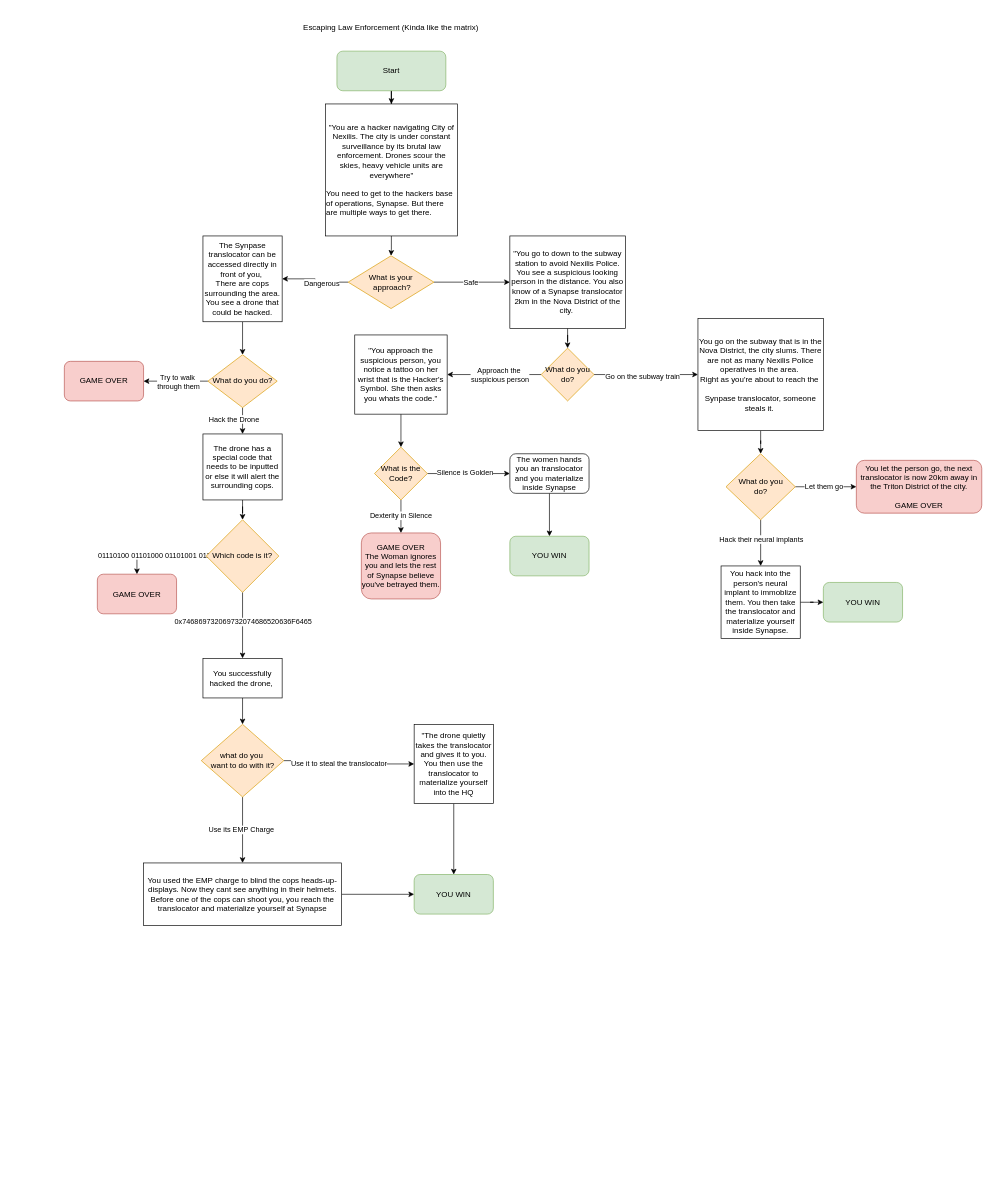
The draw.io diagram diagrams/CYOA.drawio in twitocode/Draw.io-Diagrams, before the edit. Source tidied: cells renumbered, new cells numbered last; positions are measured from the earlier drawing's top-left corner, leaving out a move shared by most shapes. Both pictures are drawn from the tidied source at 66%, with x=0, y=0 at pixel (64, 11).
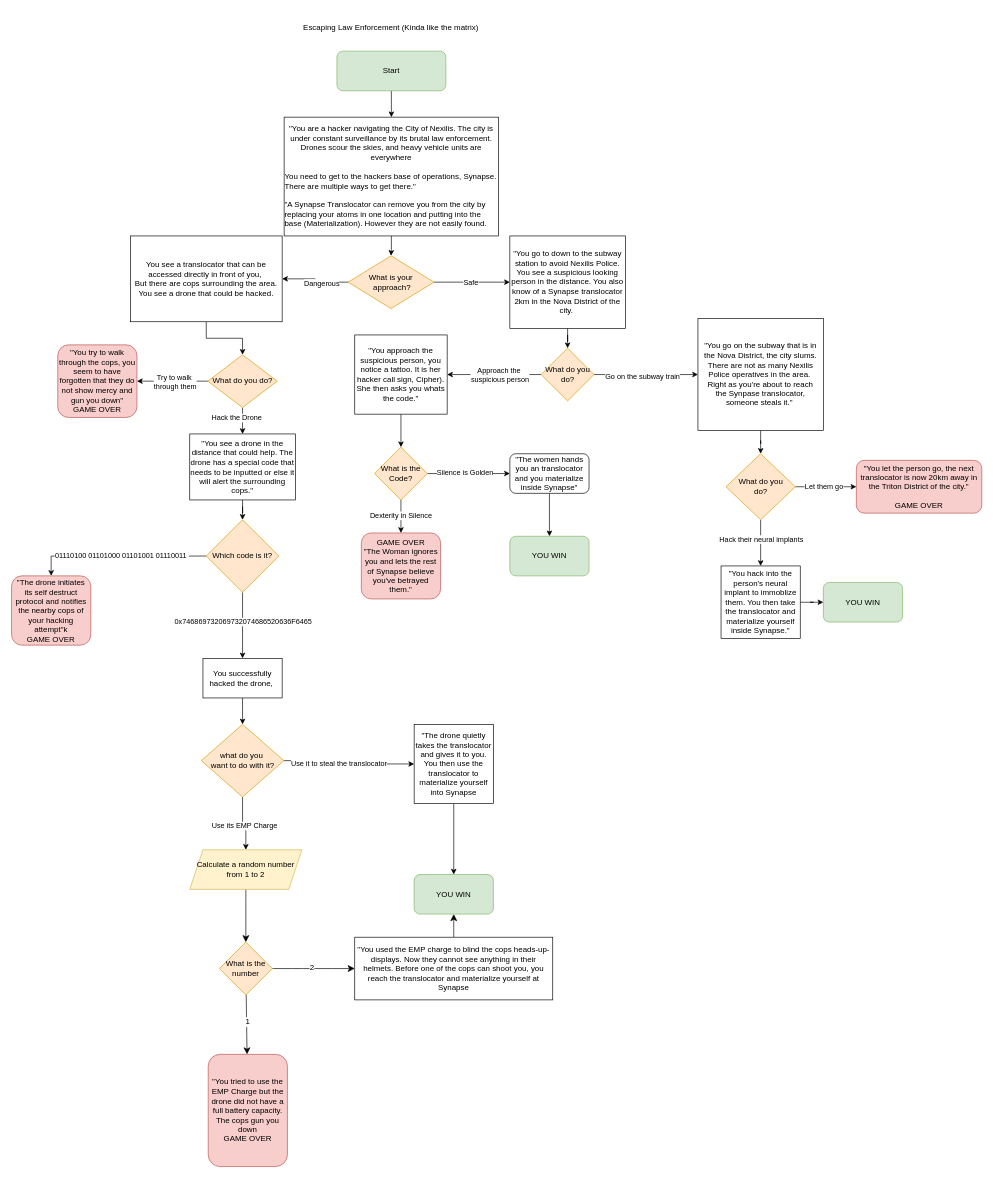
The same page after the edit.

The change refers to these unchanged cells:
```xml
<mxCell id="3" value="Start" style="rounded=1;whiteSpace=wrap;html=1;fillColor=#d5e8d4;strokeColor=#82b366;" parent="1" vertex="1">
  <mxGeometry x="413" y="60" width="165" height="60" as="geometry" />
</mxCell>
<mxCell id="11" value="What is your&lt;div&gt;&amp;nbsp;approach?&lt;/div&gt;" style="rhombus;whiteSpace=wrap;html=1;fillColor=#ffe6cc;strokeColor=#d79b00;" parent="1" vertex="1">
  <mxGeometry x="430" y="370" width="130" height="80" as="geometry" />
</mxCell>
<mxCell id="16" style="edgeStyle=orthogonalEdgeStyle;rounded=0;jettySize=auto;html=1;" parent="1" edge="1" source="20" target="22">
  <mxGeometry relative="1" as="geometry" />
</mxCell>
<mxCell id="36" value="what do you&amp;nbsp;&lt;div&gt;want to do with it?&lt;/div&gt;" style="rhombus;whiteSpace=wrap;html=1;fillColor=#ffe6cc;strokeColor=#d79b00;" parent="1" vertex="1">
  <mxGeometry x="207.5" y="1080" width="125" height="110" as="geometry" />
</mxCell>
<mxCell id="41" value="YOU WIN" style="rounded=1;whiteSpace=wrap;html=1;fillColor=#d5e8d4;strokeColor=#82b366;" parent="1" vertex="1">
  <mxGeometry x="530" y="1307.5" width="120" height="60" as="geometry" />
</mxCell>
```

The edit, as a diff of the source:
```diff
@@
-    <mxCell id="2" style="edgeStyle=orthogonalEdgeStyle;rounded=0;jettySize=auto;html=1;" parent="1" edge="1" source="3" target="6">
-      <mxGeometry relative="1" as="geometry" />
-    </mxCell>
+    <mxCell id="69" style="edgeStyle=orthogonalEdgeStyle;rounded=0;jettySize=auto;html=1;" parent="1" edge="1" source="3" target="71">
+      <mxGeometry relative="1" as="geometry" />
+    </mxCell>
@@
-    <mxCell id="5" style="edgeStyle=orthogonalEdgeStyle;rounded=0;jettySize=auto;html=1;" parent="1" edge="1" source="6" target="11">
-      <mxGeometry relative="1" as="geometry" />
-    </mxCell>
-    <mxCell id="6" value="&quot;You are a hacker navigating City of Nexilis. The city is under constant surveillance by its brutal law enforcement. Drones scour the skies, heavy vehicle units are everywhere&quot;&lt;div&gt;&lt;br&gt;&lt;/div&gt;&lt;div style=&quot;text-align: left;&quot;&gt;You need to get to the hackers base of operations, Synapse&lt;span style=&quot;background-color: initial;&quot;&gt;. But there are multiple ways to get there.&lt;/span&gt;&lt;/div&gt;" style="whiteSpace=wrap;html=1;" parent="1" vertex="1">
-      <mxGeometry x="395.5" y="140" width="200" height="200" as="geometry" />
-    </mxCell>
@@
-    <mxCell id="15" value="The Synpase translocator can be accessed directly in front of you,&amp;nbsp;&lt;div&gt;There are cops surrounding the area. You see a drone that could be hacked.&lt;/div&gt;" style="whiteSpace=wrap;html=1;" parent="1" vertex="1">
-      <mxGeometry x="210" y="340" width="120" height="130" as="geometry" />
+    <mxCell id="15" value="&lt;div&gt;You see a translocator that can be accessed directly in front of you,&amp;nbsp;&lt;div&gt;But there are cops surrounding the area. You see a drone that could be hacked.&lt;/div&gt;&lt;/div&gt;" style="whiteSpace=wrap;html=1;" parent="1" vertex="1">
+      <mxGeometry x="100" y="340" width="230" height="130" as="geometry" />
     </mxCell>
@@
     <mxCell id="17" value="Hack the Drone" style="edgeLabel;html=1;align=center;verticalAlign=middle;" parent="16" vertex="1">
       <mxGeometry x="-0.23" y="-2" relative="1" as="geometry">
-        <mxPoint x="-12" y="2" as="offset" />
+        <mxPoint x="-8" as="offset" />
       </mxGeometry>
     </mxCell>
@@
-    <mxCell id="22" value="The drone has a special code that needs to be inputted or else it will alert the surrounding cops." style="whiteSpace=wrap;html=1;" parent="1" vertex="1">
-      <mxGeometry x="210" y="640" width="120" height="100" as="geometry" />
+    <mxCell id="22" value="&quot;You see a drone in the distance that could help. The drone has a special code that needs to be inputted or else it will alert the surrounding cops.&quot;" style="whiteSpace=wrap;html=1;" parent="1" vertex="1">
+      <mxGeometry x="190" y="640" width="160" height="100" as="geometry" />
     </mxCell>
-    <mxCell id="23" value="GAME OVER&lt;div&gt;The Woman ignores you and lets the rest of Synapse believe you've betrayed them.&lt;/div&gt;" style="rounded=1;whiteSpace=wrap;html=1;fillColor=#f8cecc;strokeColor=#b85450;" parent="1" vertex="1">
+    <mxCell id="23" value="GAME OVER&lt;div&gt;&quot;The Woman ignores you and lets the rest of Synapse believe you've betrayed them.&quot;&lt;/div&gt;" style="rounded=1;whiteSpace=wrap;html=1;fillColor=#f8cecc;strokeColor=#b85450;" parent="1" vertex="1">
       <mxGeometry x="450" y="790" width="120" height="100" as="geometry" />
     </mxCell>
@@
-    <mxCell id="29" value="GAME OVER" style="rounded=1;whiteSpace=wrap;html=1;fillColor=#f8cecc;strokeColor=#b85450;" parent="1" vertex="1">
-      <mxGeometry x="50" y="852.5" width="120" height="60" as="geometry" />
+    <mxCell id="29" value="&lt;div&gt;&quot;The drone initiates its self destruct protocol and notifies the nearby cops of your hacking attempt&quot;k&lt;/div&gt;GAME OVER" style="rounded=1;whiteSpace=wrap;html=1;fillColor=#f8cecc;strokeColor=#b85450;" parent="1" vertex="1">
+      <mxGeometry x="-80" y="855" width="120" height="105" as="geometry" />
     </mxCell>
@@
-    <mxCell id="32" style="edgeStyle=orthogonalEdgeStyle;rounded=0;jettySize=auto;html=1;" parent="1" edge="1" source="36" target="38">
+    <mxCell id="32" style="edgeStyle=orthogonalEdgeStyle;rounded=0;jettySize=auto;html=1;entryX=0.5;entryY=0;entryDx=0;entryDy=0;" parent="1" edge="1" source="36" target="73">
       <mxGeometry relative="1" as="geometry" />
     </mxCell>
@@
-    <mxCell id="37" style="edgeStyle=orthogonalEdgeStyle;rounded=0;jettySize=auto;html=1;" parent="1" edge="1" source="38" target="41">
+    <mxCell id="37" style="edgeStyle=none;curved=1;rounded=0;jettySize=auto;html=1;fontSize=12;startSize=8;endSize=8;" parent="1" edge="1" source="38" target="41">
       <mxGeometry relative="1" as="geometry" />
     </mxCell>
-    <mxCell id="38" value="You used the EMP charge to blind the cops heads-up-displays. Now they cant see anything in their helmets. Before one of the cops can shoot you, you reach the translocator and materialize yourself at Synapse" style="whiteSpace=wrap;html=1;" parent="1" vertex="1">
-      <mxGeometry x="120" y="1290" width="300" height="95" as="geometry" />
+    <mxCell id="38" value="&quot;You used the EMP charge to blind the cops heads-up-displays. Now they cannot see anything in their helmets. Before one of the cops can shoot you, you reach the translocator and materialize yourself at Synapse" style="whiteSpace=wrap;html=1;" parent="1" vertex="1">
+      <mxGeometry x="440" y="1402.5" width="300" height="95" as="geometry" />
     </mxCell>
@@
-    <mxCell id="40" value="&quot;The drone quietly takes the translocator and gives it to you. You then use the translocator to materialize yourself into the HQ" style="whiteSpace=wrap;html=1;" parent="1" vertex="1">
+    <mxCell id="40" value="&quot;The drone quietly takes the translocator and gives it to you. You then use the translocator to materialize yourself into Synapse" style="whiteSpace=wrap;html=1;" parent="1" vertex="1">
       <mxGeometry x="530" y="1080" width="120" height="120" as="geometry" />
     </mxCell>
@@
-    <mxCell id="48" value="You go on the subway that is in the Nova District, the city slums. There are not as many Nexilis Police operatives in the area.&amp;nbsp;&lt;div&gt;Right as you're about to reach the&amp;nbsp;&lt;/div&gt;&lt;div&gt;&lt;br&gt;&lt;/div&gt;&lt;div&gt;Synpase translocator, someone steals it.&amp;nbsp;&lt;/div&gt;" style="whiteSpace=wrap;html=1;" parent="1" vertex="1">
+    <mxCell id="48" value="&quot;You go on the subway that is in the Nova District, the city slums. There are not as many Nexilis Police operatives in the area.&amp;nbsp;&lt;div&gt;Right as you're about to reach the&amp;nbsp;&lt;span style=&quot;background-color: initial;&quot;&gt;Synpase translocator, someone steals it.&quot;&amp;nbsp;&lt;/span&gt;&lt;/div&gt;" style="whiteSpace=wrap;html=1;" parent="1" vertex="1">
       <mxGeometry x="960" y="465" width="190" height="170" as="geometry" />
     </mxCell>
@@
-    <mxCell id="50" value="&quot;You approach the suspicious person, you notice a tattoo on her wrist that is the Hacker's Symbol. She then asks you whats the code.&quot;" style="whiteSpace=wrap;html=1;" parent="1" vertex="1">
+    <mxCell id="50" value="&quot;You approach the suspicious person, you notice a tattoo. It is her hacker call sign, Cipher). She then asks you whats the code.&quot;" style="whiteSpace=wrap;html=1;" parent="1" vertex="1">
       <mxGeometry x="440" y="490" width="140" height="120" as="geometry" />
     </mxCell>
@@
-    <mxCell id="57" value="The women hands you an translocator and you materialize inside Synapse" style="rounded=1;whiteSpace=wrap;html=1;" parent="1" vertex="1">
+    <mxCell id="57" value="&quot;The women hands you an translocator and you materialize inside Synapse&quot;" style="rounded=1;whiteSpace=wrap;html=1;" parent="1" vertex="1">
       <mxGeometry x="675" y="670" width="120" height="60" as="geometry" />
     </mxCell>
-    <mxCell id="58" value="GAME OVER" style="rounded=1;whiteSpace=wrap;html=1;fillColor=#f8cecc;strokeColor=#b85450;" parent="1" vertex="1">
-      <mxGeometry y="530" width="120" height="60" as="geometry" />
+    <mxCell id="58" value="&lt;div&gt;&quot;You try to walk through the cops, you seem to have forgotten that they do not show mercy and gun you down&quot;&lt;/div&gt;GAME OVER" style="rounded=1;whiteSpace=wrap;html=1;fillColor=#f8cecc;strokeColor=#b85450;" parent="1" vertex="1">
+      <mxGeometry x="-10" y="505" width="120" height="110" as="geometry" />
     </mxCell>
@@
-    <mxCell id="66" value="You hack into the person's neural implant to immoblize them. You then take the translocator and materialize yourself inside Synapse." style="rounded=0;whiteSpace=wrap;html=1;" parent="1" vertex="1">
+    <mxCell id="66" value="&quot;You hack into the person's neural implant to immoblize them. You then take the translocator and materialize yourself inside Synapse.&quot;" style="rounded=0;whiteSpace=wrap;html=1;" parent="1" vertex="1">
       <mxGeometry x="995" y="840" width="120" height="110" as="geometry" />
     </mxCell>
-    <mxCell id="67" value="&lt;div&gt;You let the person go, the next translocator is now 20km away in the Triton District of the city.&lt;/div&gt;&lt;div&gt;&lt;br&gt;&lt;/div&gt;GAME OVER" style="rounded=1;whiteSpace=wrap;html=1;fillColor=#f8cecc;strokeColor=#b85450;" parent="1" vertex="1">
+    <mxCell id="67" value="&lt;div&gt;&quot;You let the person go, the next translocator is now 20km away in the Triton District of the city.&quot;&lt;/div&gt;&lt;div&gt;&lt;br&gt;&lt;/div&gt;GAME OVER" style="rounded=1;whiteSpace=wrap;html=1;fillColor=#f8cecc;strokeColor=#b85450;" parent="1" vertex="1">
       <mxGeometry x="1200" y="680" width="190" height="80" as="geometry" />
     </mxCell>
@@
+    <mxCell id="70" style="edgeStyle=orthogonalEdgeStyle;rounded=0;jettySize=auto;html=1;" parent="1" edge="1" source="71" target="11">
+      <mxGeometry relative="1" as="geometry" />
+    </mxCell>
+    <mxCell id="71" value="&quot;You are a hacker navigating the City of Nexilis. The city is under constant surveillance by its brutal law enforcement. Drones scour the skies, and heavy vehicle units are everywhere&lt;div&gt;&lt;br&gt;&lt;/div&gt;&lt;div style=&quot;text-align: left;&quot;&gt;You need to get to the hackers base of operations, Synapse&lt;span style=&quot;background-color: initial;&quot;&gt;. There are multiple ways to get there.&quot;&lt;/span&gt;&lt;/div&gt;&lt;div style=&quot;text-align: left;&quot;&gt;&lt;span style=&quot;background-color: initial;&quot;&gt;&lt;br&gt;&lt;/span&gt;&lt;/div&gt;&lt;div style=&quot;text-align: left;&quot;&gt;&lt;span style=&quot;text-align: center;&quot;&gt;&quot;A Synapse Translocator can remove you from the city by replacing your atoms in one location and putting into the base (Materialization). However they are not easily found.&lt;/span&gt;&lt;/div&gt;" style="rounded=0;whiteSpace=wrap;html=1;" parent="1" vertex="1">
+      <mxGeometry x="333" y="160" width="325" height="180" as="geometry" />
+    </mxCell>
+    <mxCell id="72" style="edgeStyle=none;curved=1;rounded=0;jettySize=auto;html=1;fontSize=12;startSize=8;endSize=8;" parent="1" edge="1" source="73" target="78">
+      <mxGeometry relative="1" as="geometry" />
+    </mxCell>
+    <mxCell id="73" value="Calculate a random number from 1 to 2" style="shape=parallelogram;perimeter=parallelogramPerimeter;whiteSpace=wrap;html=1;fixedSize=1;fillColor=#fff2cc;strokeColor=#d6b656;" parent="1" vertex="1">
+      <mxGeometry x="190" y="1270" width="170" height="60" as="geometry" />
+    </mxCell>
+    <mxCell id="74" style="edgeStyle=none;curved=1;rounded=0;jettySize=auto;html=1;fontSize=12;startSize=8;endSize=8;" parent="1" edge="1" source="78" target="38">
+      <mxGeometry relative="1" as="geometry" />
+    </mxCell>
+    <mxCell id="75" value="2" style="edgeLabel;html=1;align=center;verticalAlign=middle;fontSize=12;" parent="74" vertex="1">
+      <mxGeometry x="-0.06" y="2" relative="1" as="geometry" />
+    </mxCell>
+    <mxCell id="76" style="edgeStyle=none;curved=1;rounded=0;jettySize=auto;html=1;fontSize=12;startSize=8;endSize=8;" parent="1" edge="1" source="78" target="79">
+      <mxGeometry relative="1" as="geometry" />
+    </mxCell>
+    <mxCell id="77" value="1" style="edgeLabel;html=1;align=center;verticalAlign=middle;fontSize=12;" parent="76" vertex="1">
+      <mxGeometry x="-0.1" y="1" relative="1" as="geometry" />
+    </mxCell>
+    <mxCell id="78" value="What is the&lt;div&gt;number&lt;/div&gt;" style="rhombus;whiteSpace=wrap;html=1;fillColor=#ffe6cc;strokeColor=#d79b00;" parent="1" vertex="1">
+      <mxGeometry x="235" y="1410" width="80" height="80" as="geometry" />
+    </mxCell>
+    <mxCell id="79" value="&quot;You tried to use the EMP Charge but the drone did not have a full battery capacity. The cops gun you down&lt;div&gt;GAME OVER&lt;/div&gt;" style="rounded=1;whiteSpace=wrap;html=1;fillColor=#f8cecc;strokeColor=#b85450;" parent="1" vertex="1">
+      <mxGeometry x="218" y="1580" width="120" height="170" as="geometry" />
+    </mxCell>
```
